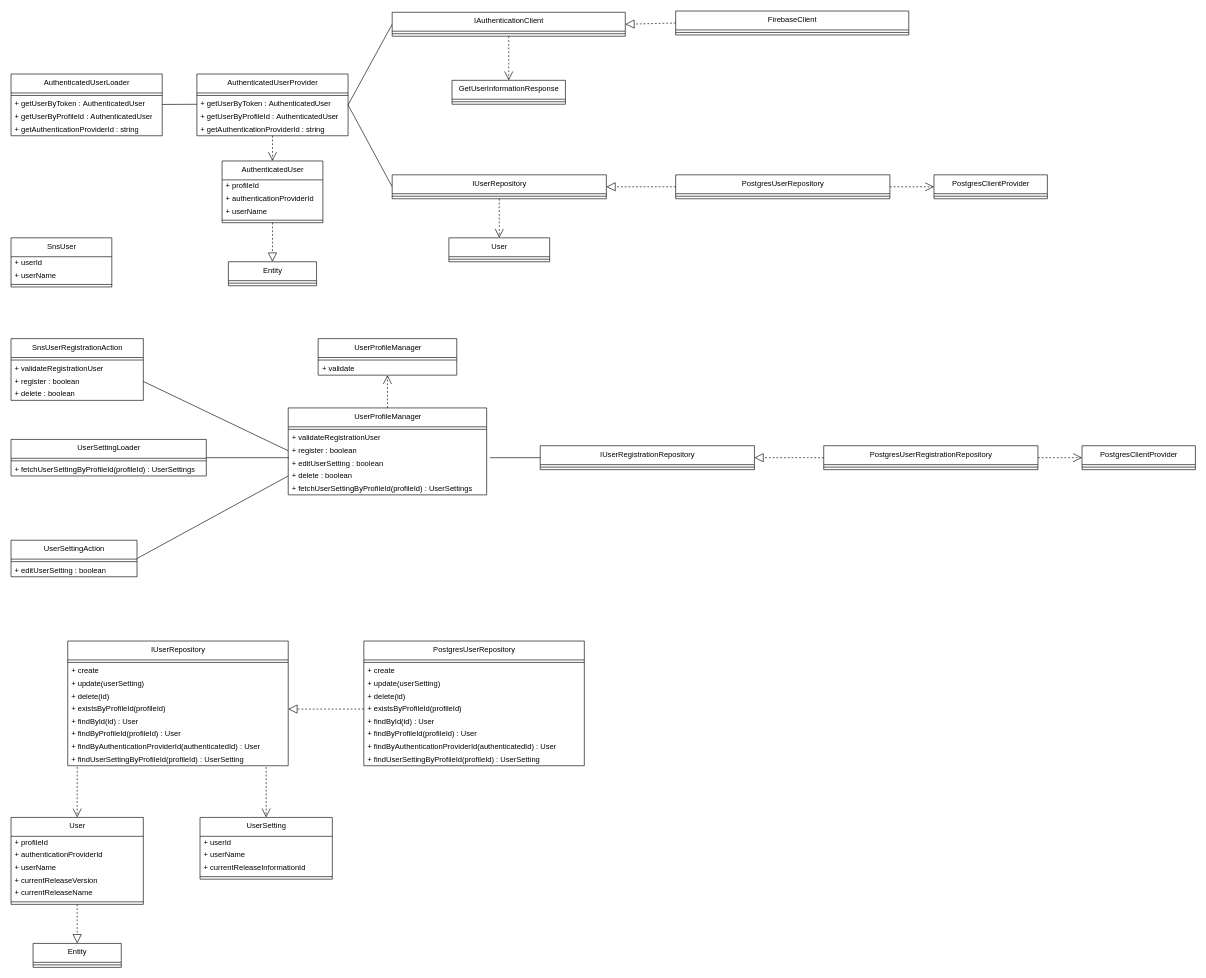
Mouwf/FF14SNS keeps this draw.io diagram as page "UserModule" (4 of 7) of project-designs/class-diagrams/ff14-sns.drawio. Above is the earlier version. Source tidied: cells renumbered, new cells numbered last; positions are measured from the earlier drawing's top-left corner, leaving out a move shared by most shapes. Both pictures are drawn from the tidied source at 63%, with x=0, y=0 at pixel (11, 11).
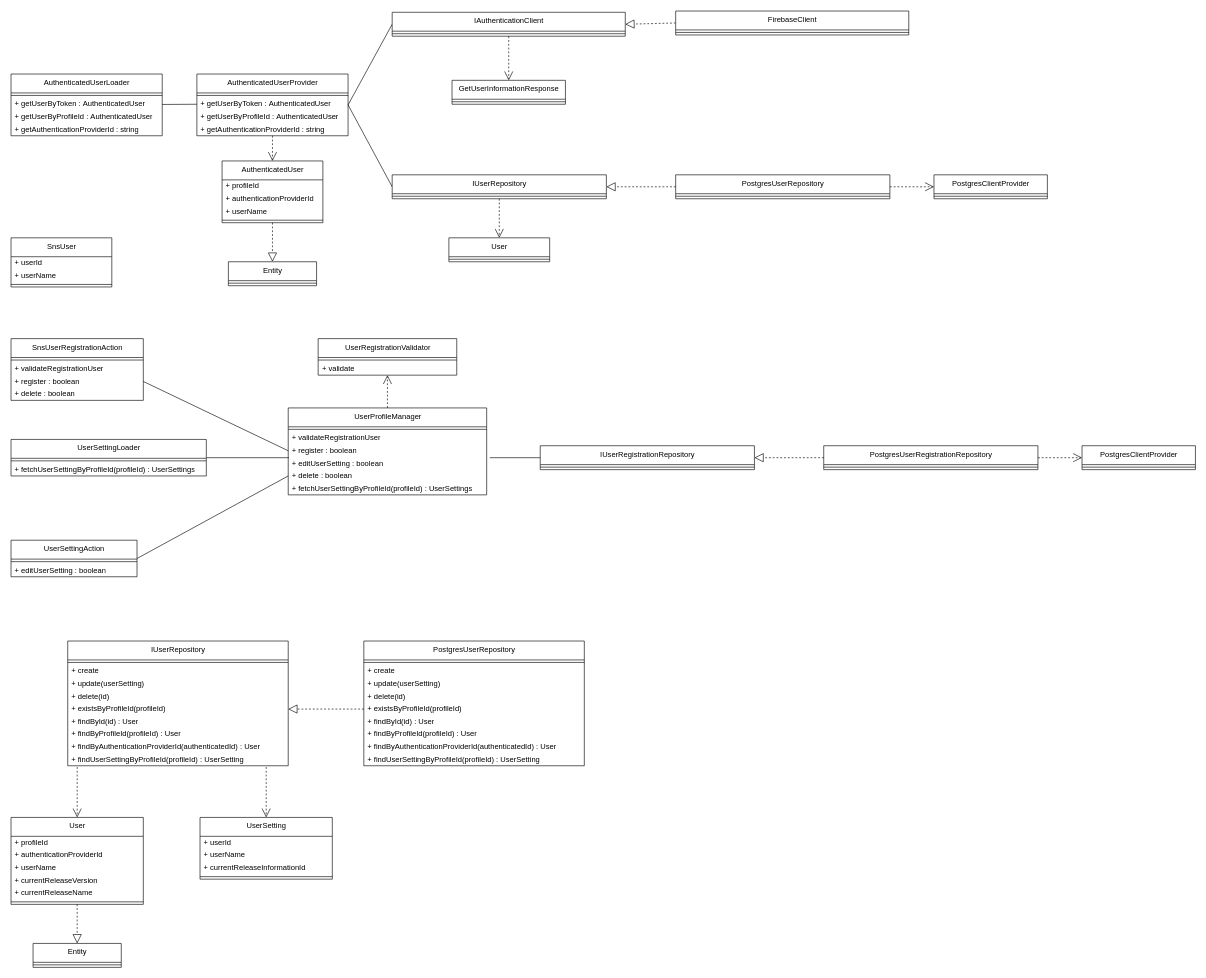
After the change.

Diff of the diagram source:
```diff
@@
-    <mxCell id="116" value="UserProfileManager" style="swimlane;fontStyle=0;align=center;verticalAlign=top;horizontal=1;startSize=30;html=1;" parent="1" vertex="1">
+    <mxCell id="116" value="UserRegistrationValidator" style="swimlane;fontStyle=0;align=center;verticalAlign=top;horizontal=1;startSize=30;html=1;" parent="1" vertex="1">
       <mxGeometry x="487.5" y="520" width="220" height="58" as="geometry" />
     </mxCell>
```
